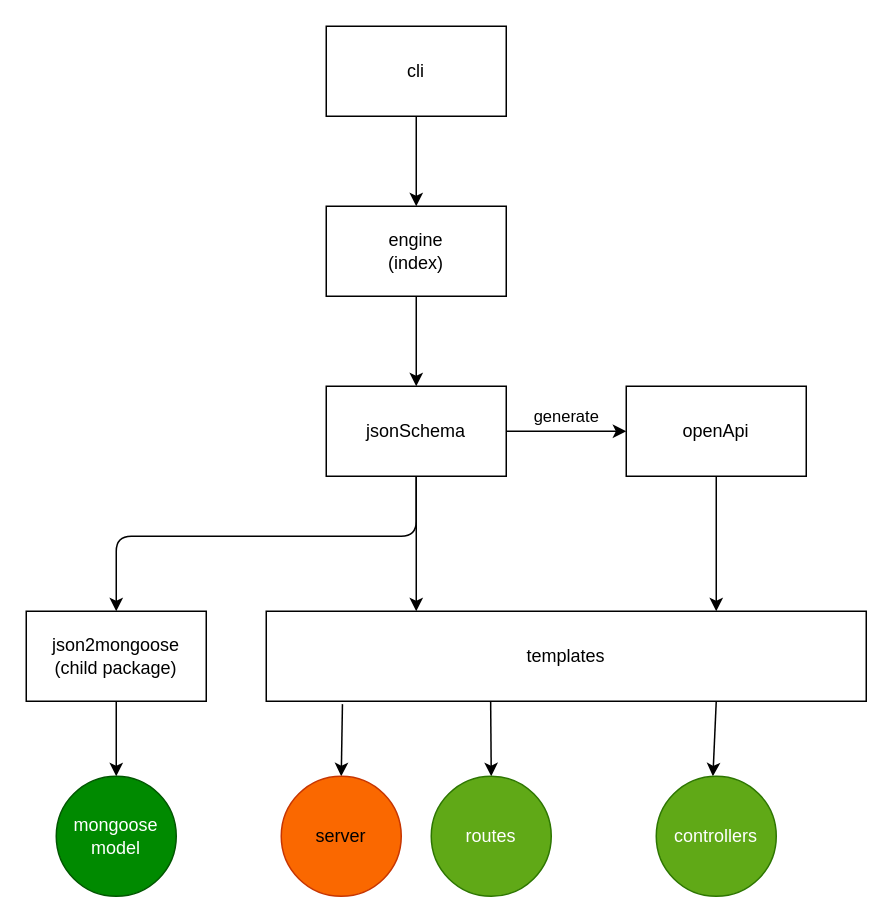
Before: plan/appstructure.drawio in Justin26l/VeryExpress, a draw.io diagram. Source tidied: cells renumbered, new cells numbered last; positions are measured from the earlier drawing's top-left corner, leaving out a move shared by most shapes. Both pictures are drawn from the tidied source at 150%, with x=0, y=0 at pixel (26, 26).
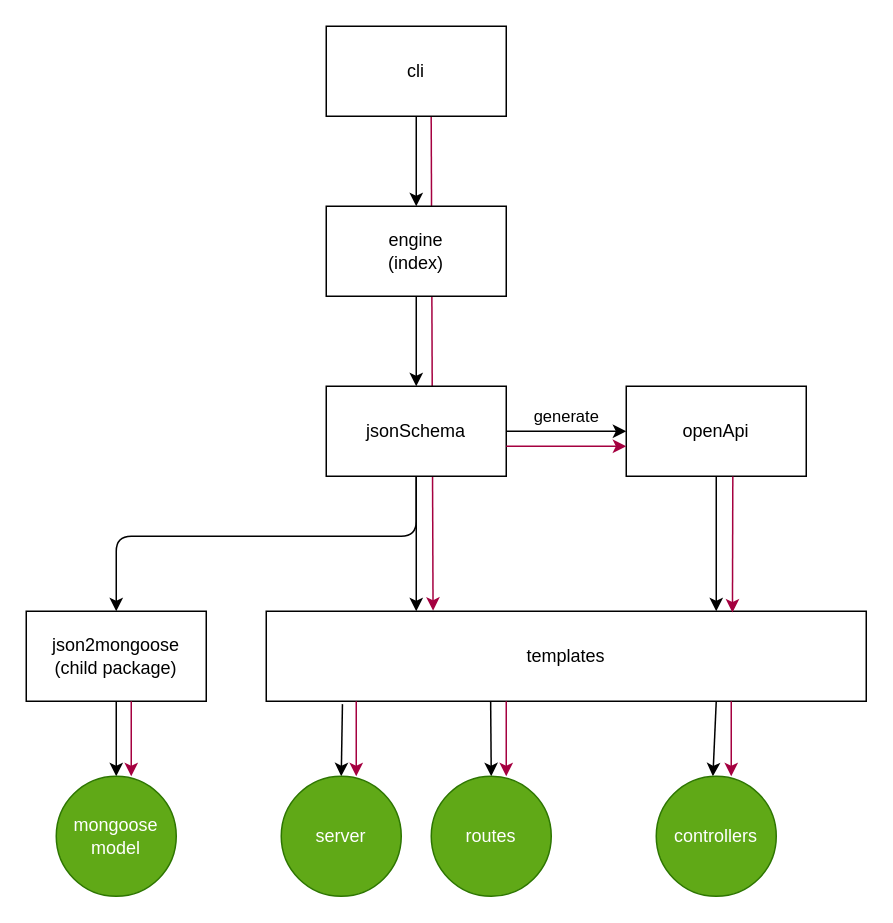
After the change.

Unchanged cells that the change refers to:
```xml
<mxCell id="3" value="cli" style="rounded=0;whiteSpace=wrap;html=1;" parent="1" vertex="1">
  <mxGeometry x="200" width="120" height="60" as="geometry" />
</mxCell>
<mxCell id="13" value="openApi" style="rounded=0;whiteSpace=wrap;html=1;" parent="1" vertex="1">
  <mxGeometry x="400" y="240" width="120" height="60" as="geometry" />
</mxCell>
<mxCell id="17" value="templates" style="rounded=0;whiteSpace=wrap;html=1;" parent="1" vertex="1">
  <mxGeometry x="160" y="390" width="400" height="60" as="geometry" />
</mxCell>
```

Change to the diagram source:
```diff
@@
+    <mxCell id="22" style="edgeStyle=none;html=1;exitX=0.583;exitY=0.985;exitDx=0;exitDy=0;entryX=0.278;entryY=-0.006;entryDx=0;entryDy=0;entryPerimeter=0;exitPerimeter=0;fillColor=#d80073;strokeColor=#A50040;" parent="1" edge="1" source="3" target="17">
+      <mxGeometry relative="1" as="geometry" />
+    </mxCell>
@@
-    <mxCell id="18" value="mongoose model" style="ellipse;whiteSpace=wrap;html=1;rounded=0;fillColor=#008a00;strokeColor=#005700;fontColor=#ffffff;" parent="1" vertex="1">
+    <mxCell id="18" value="mongoose model" style="ellipse;whiteSpace=wrap;html=1;rounded=0;fillColor=#60a917;fontColor=#ffffff;strokeColor=#2D7600;" parent="1" vertex="1">
       <mxGeometry x="20" y="500" width="80" height="80" as="geometry" />
     </mxCell>
-    <mxCell id="19" value="server" style="ellipse;whiteSpace=wrap;html=1;rounded=0;fillColor=#fa6800;fontColor=#000000;strokeColor=#C73500;" parent="1" vertex="1">
+    <mxCell id="19" value="server" style="ellipse;whiteSpace=wrap;html=1;rounded=0;fillColor=#60a917;fontColor=#ffffff;strokeColor=#2D7600;" parent="1" vertex="1">
       <mxGeometry x="170" y="500" width="80" height="80" as="geometry" />
     </mxCell>
@@
+    <mxCell id="23" style="edgeStyle=none;html=1;exitX=1;exitY=0.75;exitDx=0;exitDy=0;entryX=0;entryY=0.75;entryDx=0;entryDy=0;fillColor=#d80073;strokeColor=#A50040;" parent="1" edge="1">
+      <mxGeometry relative="1" as="geometry">
+        <mxPoint x="320" y="280" as="sourcePoint" />
+        <mxPoint x="400" y="280" as="targetPoint" />
+      </mxGeometry>
+    </mxCell>
+    <mxCell id="24" style="edgeStyle=none;html=1;exitX=0.592;exitY=1.004;exitDx=0;exitDy=0;fillColor=#d80073;strokeColor=#A50040;exitPerimeter=0;entryX=0.777;entryY=0.015;entryDx=0;entryDy=0;entryPerimeter=0;" parent="1" edge="1" source="13" target="17">
+      <mxGeometry relative="1" as="geometry" />
+    </mxCell>
+    <mxCell id="25" style="edgeStyle=none;html=1;exitX=0.416;exitY=0.998;exitDx=0;exitDy=0;fillColor=#d80073;strokeColor=#A50040;exitPerimeter=0;" parent="1" edge="1">
+      <mxGeometry relative="1" as="geometry">
+        <mxPoint x="470" y="450" as="sourcePoint" />
+        <mxPoint x="470" y="500" as="targetPoint" />
+      </mxGeometry>
+    </mxCell>
+    <mxCell id="26" style="edgeStyle=none;html=1;exitX=0.416;exitY=0.998;exitDx=0;exitDy=0;fillColor=#d80073;strokeColor=#A50040;exitPerimeter=0;" parent="1" edge="1">
+      <mxGeometry relative="1" as="geometry">
+        <mxPoint x="320" y="450" as="sourcePoint" />
+        <mxPoint x="320" y="500" as="targetPoint" />
+      </mxGeometry>
+    </mxCell>
+    <mxCell id="27" style="edgeStyle=none;html=1;exitX=0.416;exitY=0.998;exitDx=0;exitDy=0;fillColor=#d80073;strokeColor=#A50040;exitPerimeter=0;" parent="1" edge="1">
+      <mxGeometry relative="1" as="geometry">
+        <mxPoint x="220" y="450" as="sourcePoint" />
+        <mxPoint x="220" y="500" as="targetPoint" />
+      </mxGeometry>
+    </mxCell>
+    <mxCell id="28" style="edgeStyle=none;html=1;exitX=0.416;exitY=0.998;exitDx=0;exitDy=0;fillColor=#d80073;strokeColor=#A50040;exitPerimeter=0;" parent="1" edge="1">
+      <mxGeometry relative="1" as="geometry">
+        <mxPoint x="70" y="450" as="sourcePoint" />
+        <mxPoint x="70" y="500" as="targetPoint" />
+      </mxGeometry>
+    </mxCell>
```
